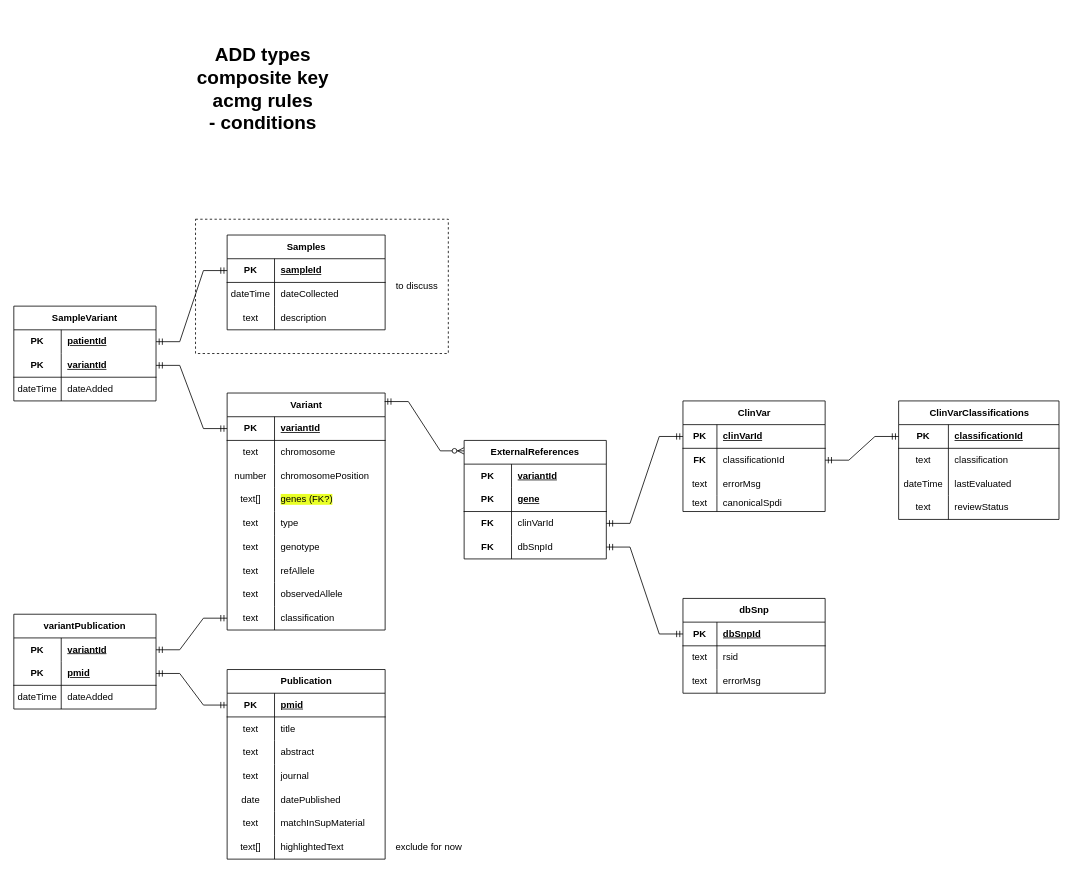
estherspiteri/VUSVista keeps this draw.io diagram as page "Page-1" (1 of 2) of Flowcharts/ERD.drawio. Above is the earlier version. Source tidied: cells renumbered, new cells numbered last; positions are measured from the earlier drawing's top-left corner, leaving out a move shared by most shapes. Both pictures are drawn from the tidied source at 79%, with x=0, y=0 at pixel (13, 37).
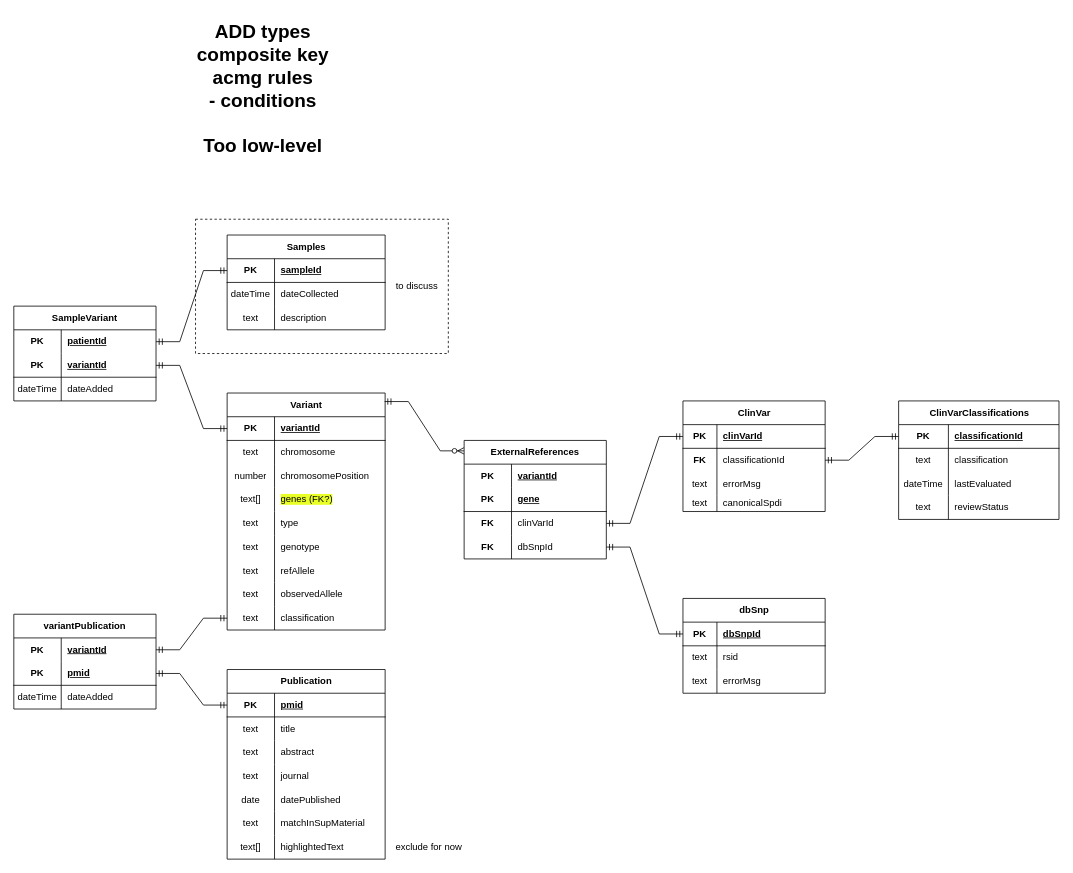
The same diagram, later.

Change to the diagram source:
```diff
@@
-    <mxCell id="43" value="&lt;b&gt;&lt;font style=&quot;font-size: 24px;&quot;&gt;ADD types&lt;br&gt;composite key&lt;br&gt;acmg rules&lt;br&gt;- conditions&lt;br&gt;&lt;/font&gt;&lt;/b&gt;" style="text;html=1;align=center;verticalAlign=middle;strokeColor=none;fillColor=none;" parent="1" vertex="1">
-      <mxGeometry x="220" width="190" height="130" as="geometry" />
+    <mxCell id="43" value="&lt;b&gt;&lt;font style=&quot;font-size: 24px;&quot;&gt;ADD types&lt;br&gt;composite key&lt;br&gt;acmg rules&lt;br&gt;- conditions&lt;br&gt;&lt;br&gt;Too low-level&lt;br&gt;&lt;/font&gt;&lt;/b&gt;" style="text;html=1;align=center;verticalAlign=middle;strokeColor=none;fillColor=none;" parent="1" vertex="1">
+      <mxGeometry x="220" y="-30" width="190" height="190" as="geometry" />
     </mxCell>
```
